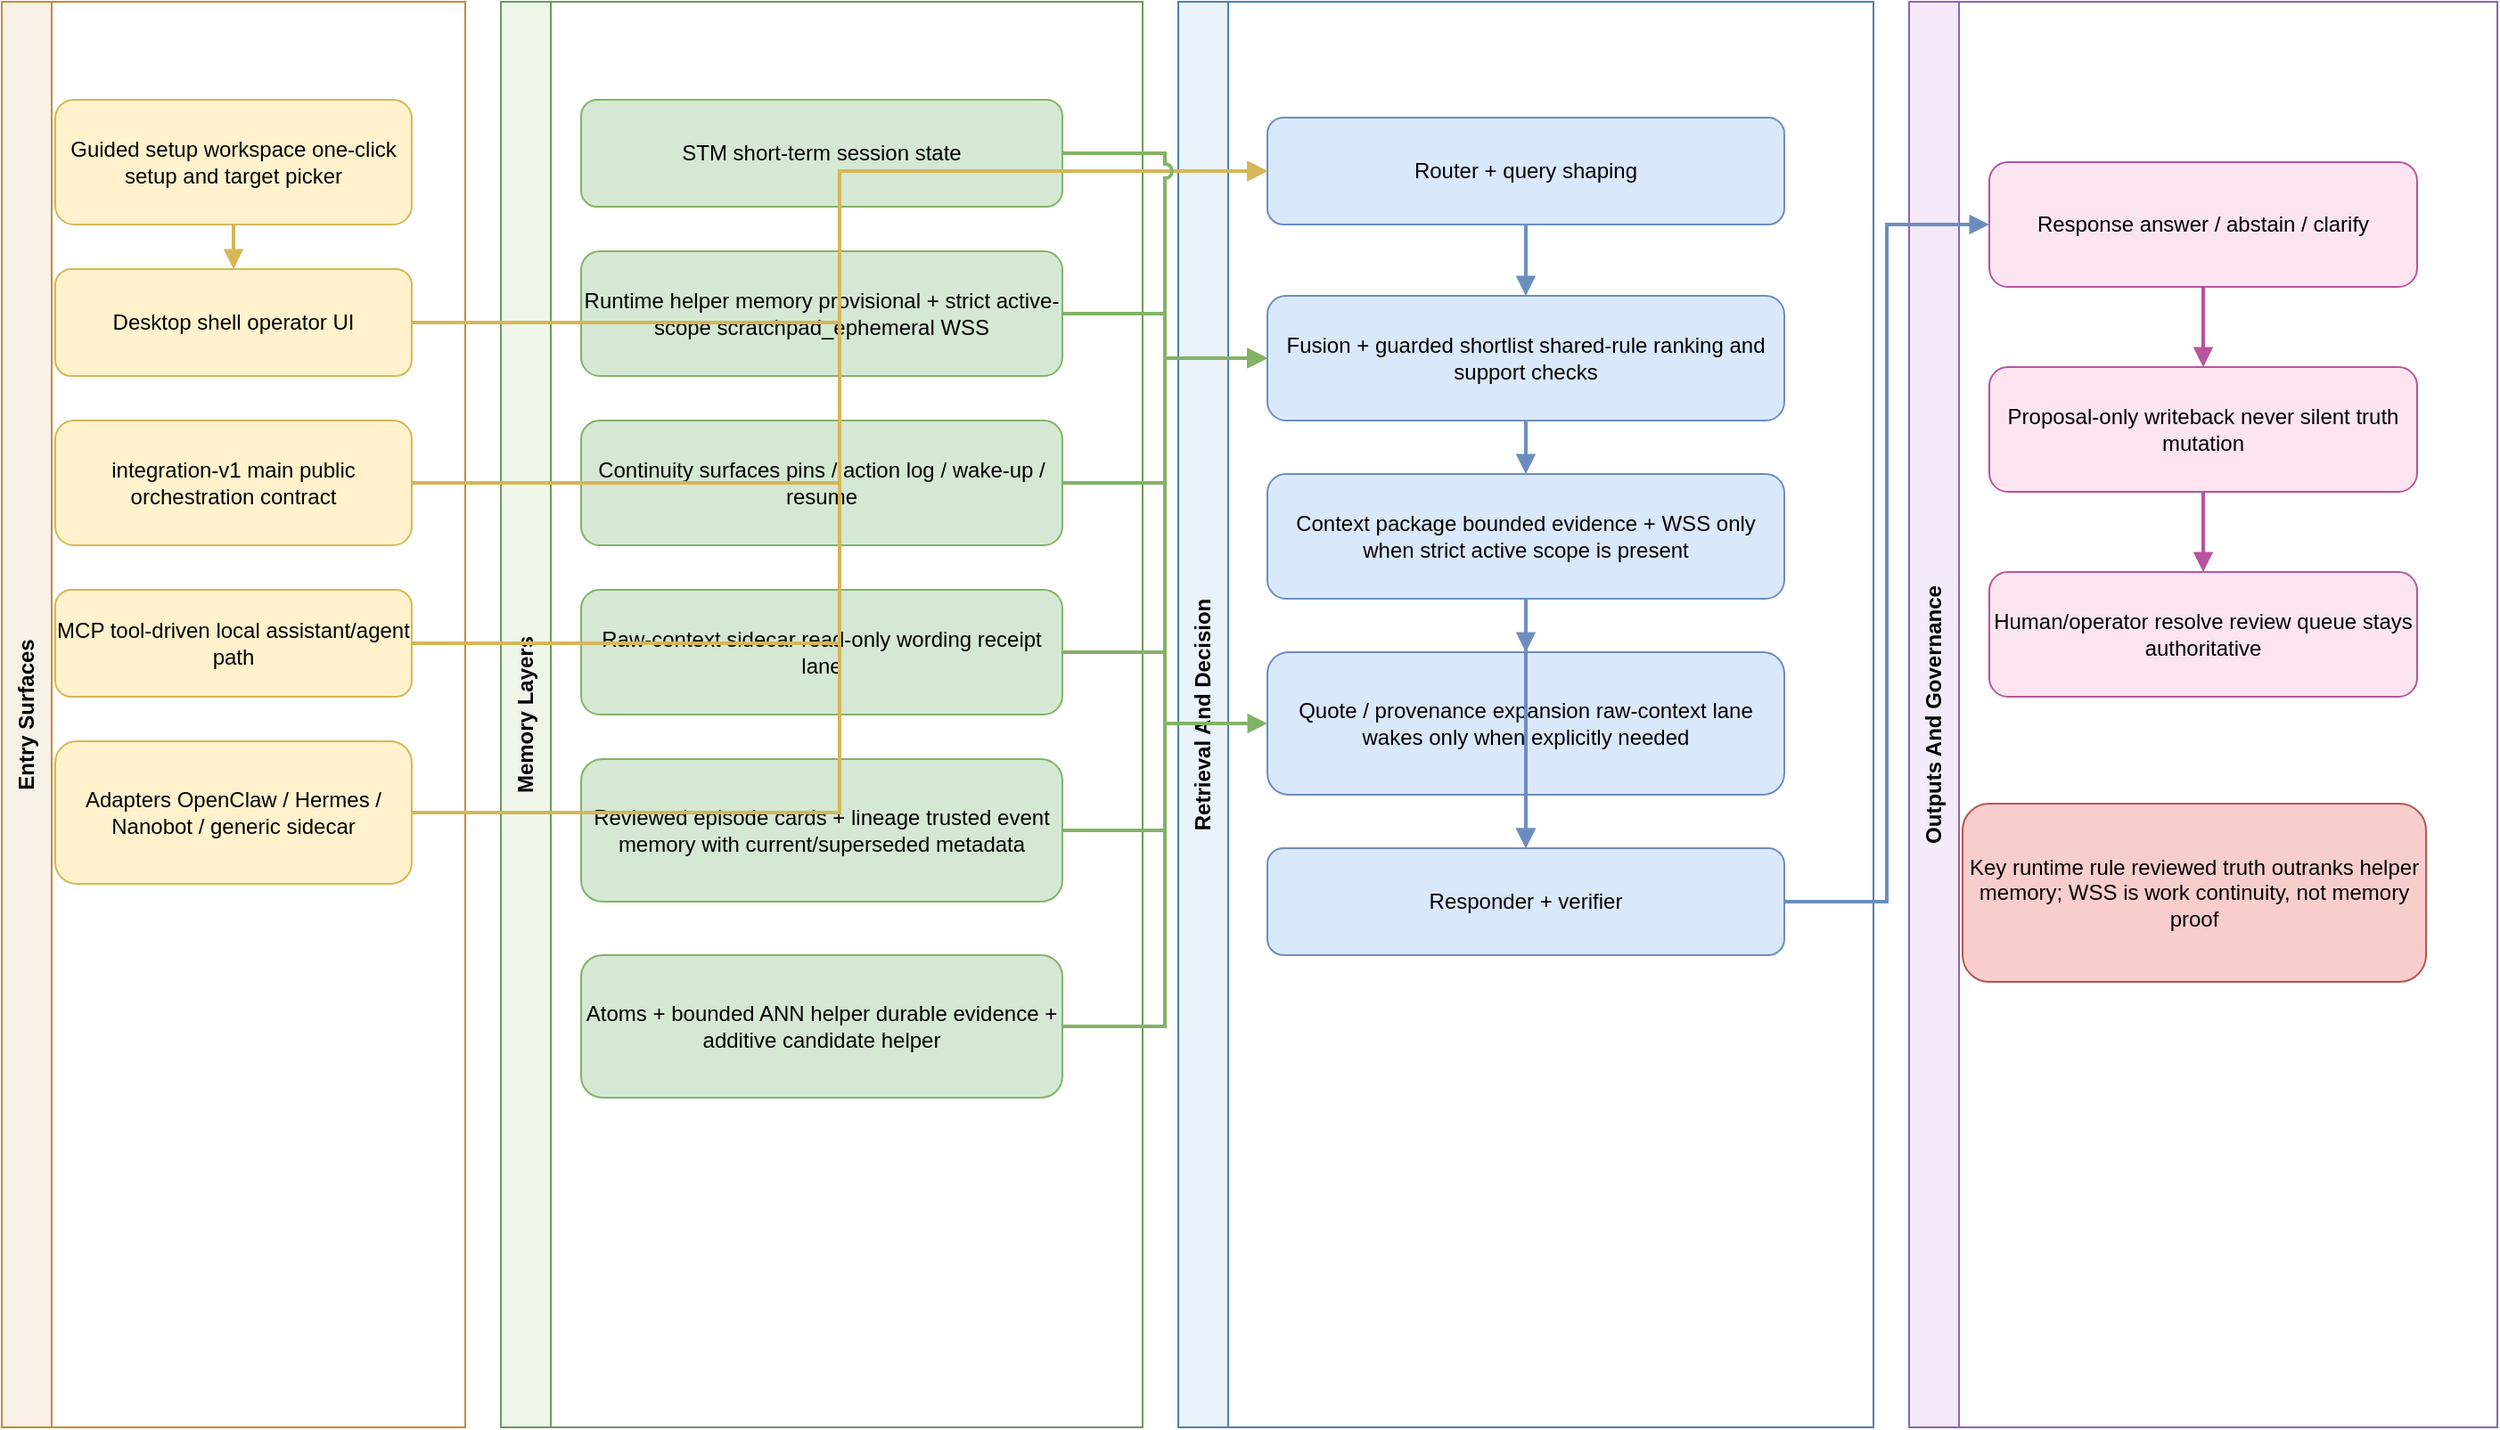
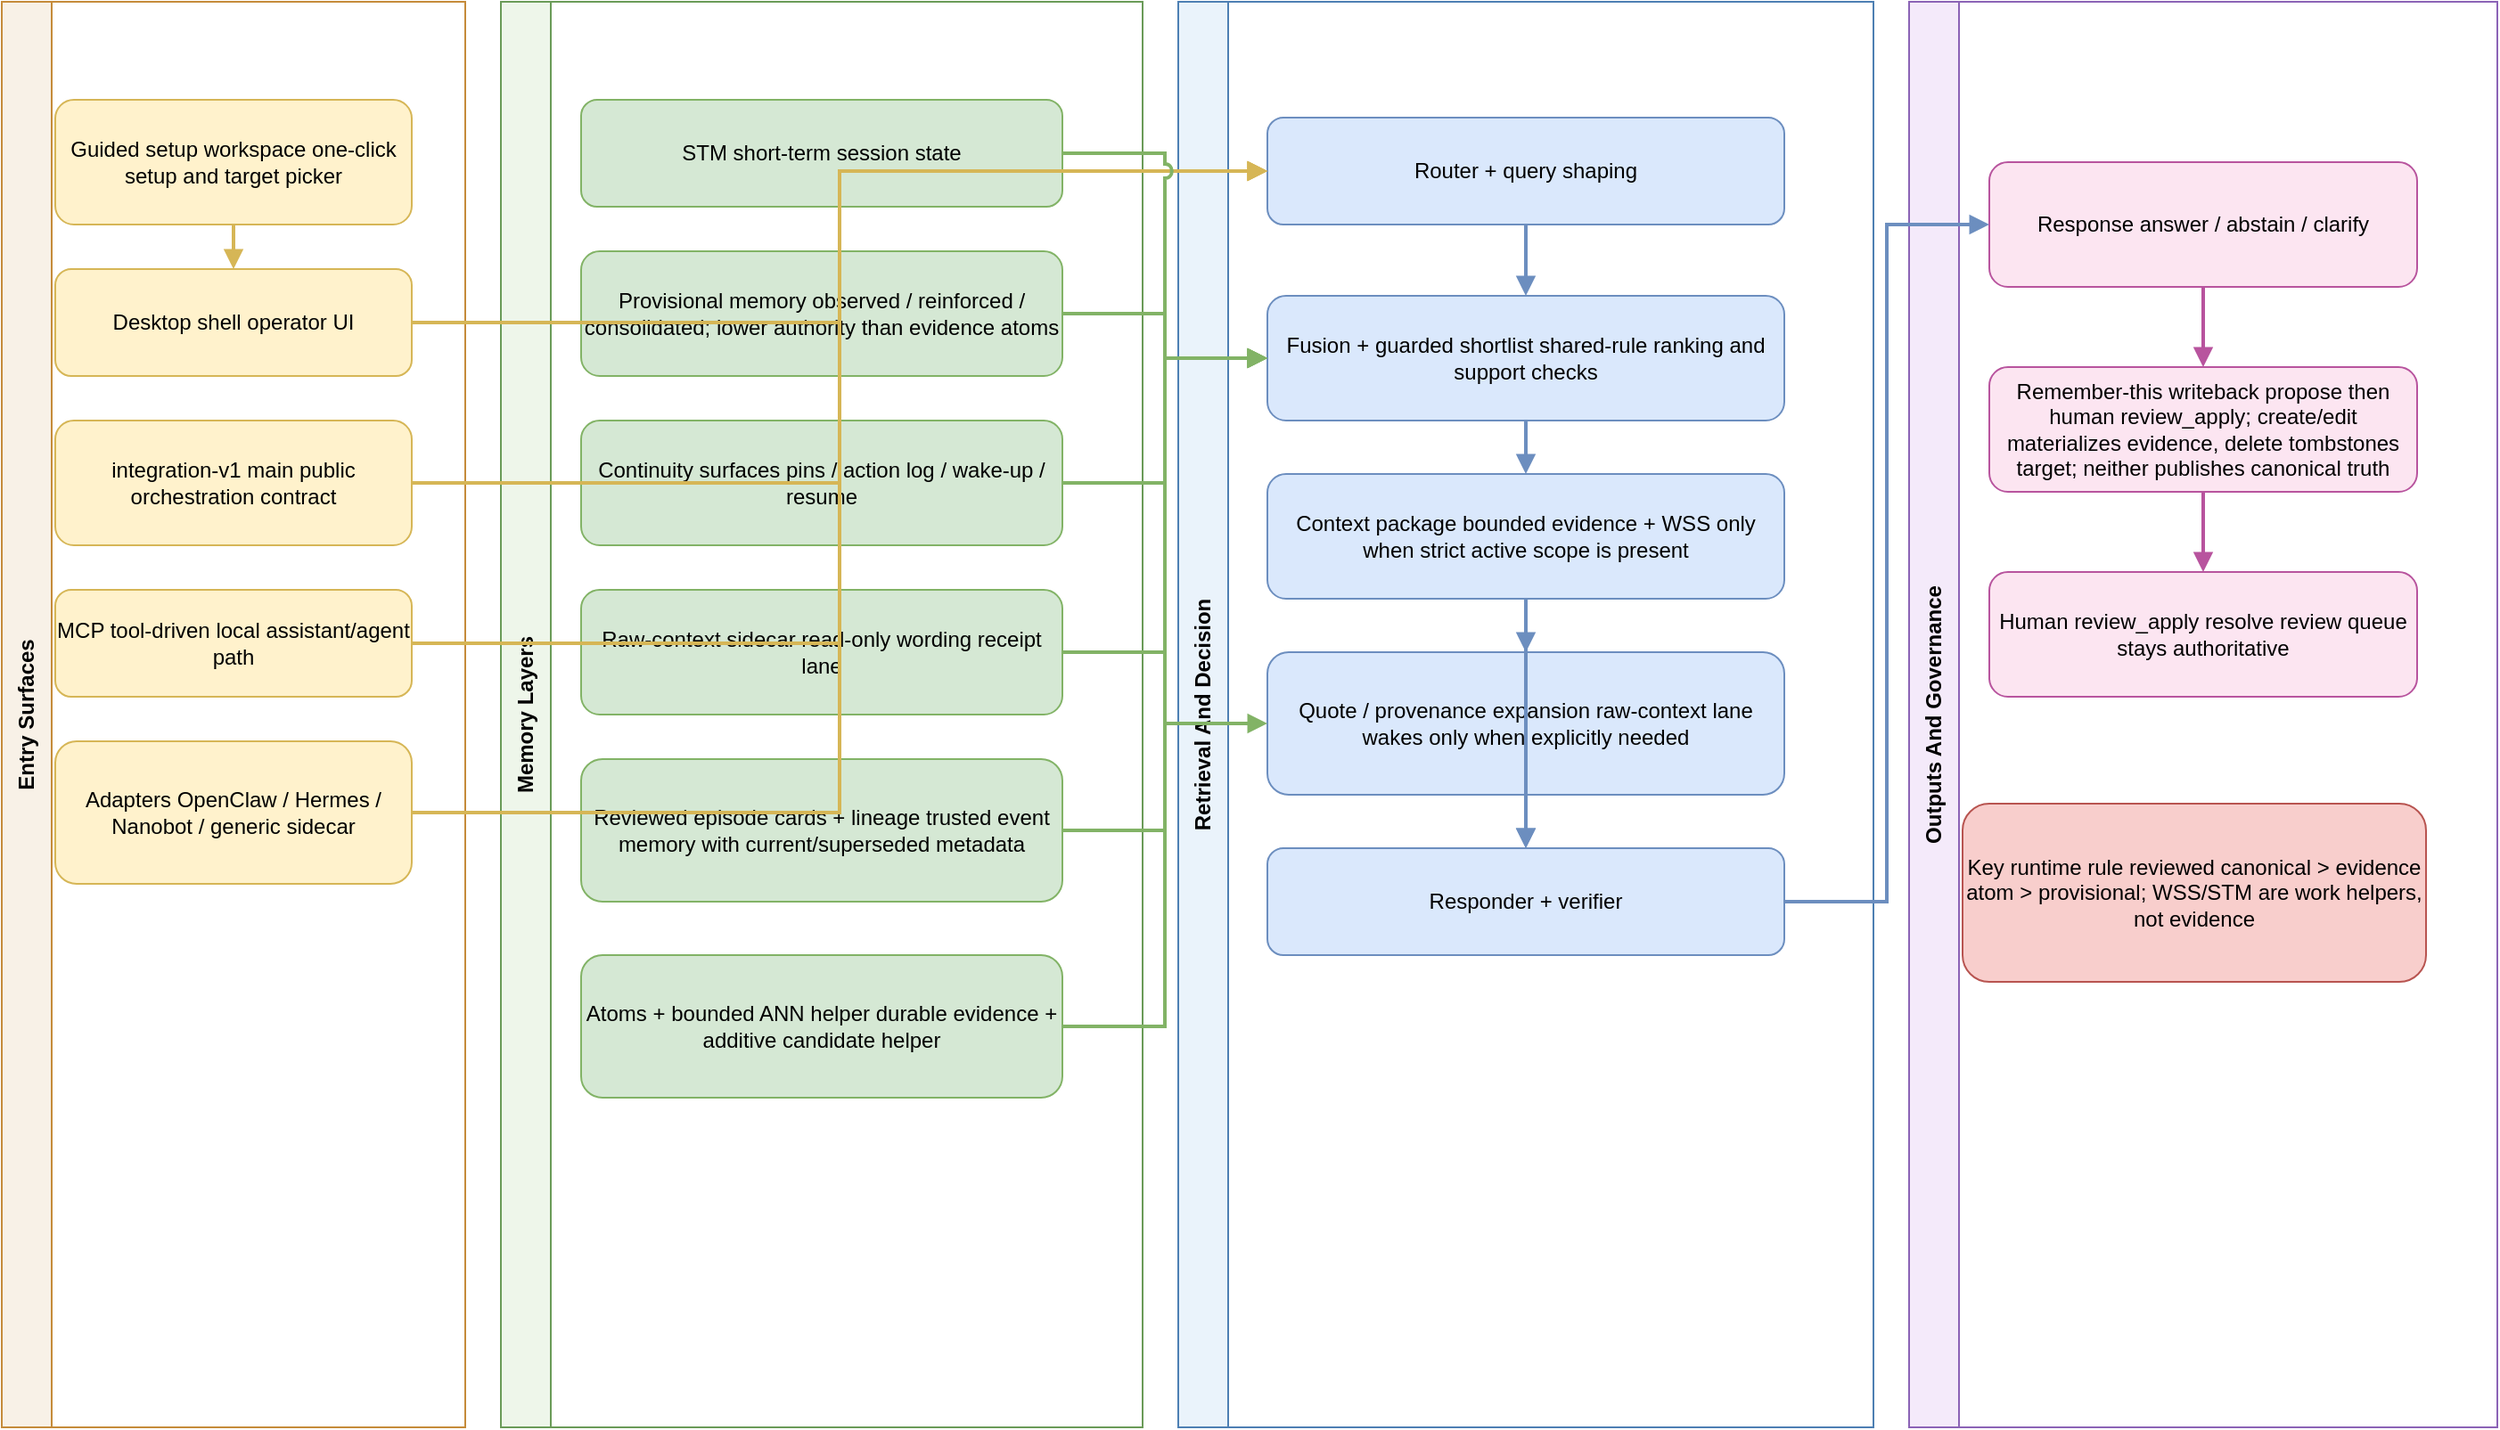
<mxfile host="app.diagrams.net" modified="2026-04-12T23:30:00.000Z" agent="Codex" version="24.7.17">
  <diagram id="launch-runtime-engineering" name="Engineering Runtime And Integration">
    <mxGraphModel dx="1750" dy="1050" grid="1" gridSize="10" guides="1" tooltips="1" connect="1" arrows="1" fold="1" page="1" pageScale="1" pageWidth="1700" pageHeight="1000" math="0" shadow="0">
      <root>
        <mxCell id="0" />
        <mxCell id="1" parent="0" />
        <mxCell id="lane1" value="Entry Surfaces" style="swimlane;whiteSpace=wrap;html=1;rounded=0;horizontal=0;startSize=28;fontStyle=1;fillColor=#f8f1e7;strokeColor=#c58b3a;" vertex="1" parent="1">
          <mxGeometry x="20" y="20" width="260" height="800" as="geometry" />
        </mxCell>
        <mxCell id="lane2" value="Memory Layers" style="swimlane;whiteSpace=wrap;html=1;rounded=0;horizontal=0;startSize=28;fontStyle=1;fillColor=#eef6ea;strokeColor=#6a9b58;" vertex="1" parent="1">
          <mxGeometry x="300" y="20" width="360" height="800" as="geometry" />
        </mxCell>
        <mxCell id="lane3" value="Retrieval And Decision" style="swimlane;whiteSpace=wrap;html=1;rounded=0;horizontal=0;startSize=28;fontStyle=1;fillColor=#eaf3fb;strokeColor=#4d7fb3;" vertex="1" parent="1">
          <mxGeometry x="680" y="20" width="390" height="800" as="geometry" />
        </mxCell>
        <mxCell id="lane4" value="Outputs And Governance" style="swimlane;whiteSpace=wrap;html=1;rounded=0;horizontal=0;startSize=28;fontStyle=1;fillColor=#f4eafa;strokeColor=#8b63b6;" vertex="1" parent="1">
          <mxGeometry x="1090" y="20" width="330" height="800" as="geometry" />
        </mxCell>
        <mxCell id="r1" value="Guided setup workspace&amp;#10;one-click setup and target picker" style="rounded=1;whiteSpace=wrap;html=1;fillColor=#fff2cc;strokeColor=#d6b656;" vertex="1" parent="1">
          <mxGeometry x="50" y="75" width="200" height="70" as="geometry" />
        </mxCell>
        <mxCell id="r2" value="Desktop shell&amp;#10;operator UI" style="rounded=1;whiteSpace=wrap;html=1;fillColor=#fff2cc;strokeColor=#d6b656;" vertex="1" parent="1">
          <mxGeometry x="50" y="170" width="200" height="60" as="geometry" />
        </mxCell>
        <mxCell id="r3" value="integration-v1&amp;#10;main public orchestration contract" style="rounded=1;whiteSpace=wrap;html=1;fillColor=#fff2cc;strokeColor=#d6b656;" vertex="1" parent="1">
          <mxGeometry x="50" y="255" width="200" height="70" as="geometry" />
        </mxCell>
        <mxCell id="r4" value="MCP&amp;#10;tool-driven local assistant/agent path" style="rounded=1;whiteSpace=wrap;html=1;fillColor=#fff2cc;strokeColor=#d6b656;" vertex="1" parent="1">
          <mxGeometry x="50" y="350" width="200" height="60" as="geometry" />
        </mxCell>
        <mxCell id="r5" value="Adapters&amp;#10;OpenClaw / Hermes / Nanobot / generic sidecar" style="rounded=1;whiteSpace=wrap;html=1;fillColor=#fff2cc;strokeColor=#d6b656;" vertex="1" parent="1">
          <mxGeometry x="50" y="435" width="200" height="80" as="geometry" />
        </mxCell>
        <mxCell id="r6" value="STM&amp;#10;short-term session state" style="rounded=1;whiteSpace=wrap;html=1;fillColor=#d5e8d4;strokeColor=#82b366;" vertex="1" parent="1">
          <mxGeometry x="345" y="75" width="270" height="60" as="geometry" />
        </mxCell>
-         <mxCell id="r7" value="Runtime helper memory&amp;#10;provisional + strict active-scope scratchpad_ephemeral WSS" style="rounded=1;whiteSpace=wrap;html=1;fillColor=#d5e8d4;strokeColor=#82b366;" vertex="1" parent="1">
+         <mxCell id="r7" value="Provisional memory&amp;#10;observed / reinforced / consolidated; lower authority than evidence atoms" style="rounded=1;whiteSpace=wrap;html=1;fillColor=#d5e8d4;strokeColor=#82b366;" vertex="1" parent="1">
          <mxGeometry x="345" y="160" width="270" height="70" as="geometry" />
        </mxCell>
        <mxCell id="r8" value="Continuity surfaces&amp;#10;pins / action log / wake-up / resume" style="rounded=1;whiteSpace=wrap;html=1;fillColor=#d5e8d4;strokeColor=#82b366;" vertex="1" parent="1">
          <mxGeometry x="345" y="255" width="270" height="70" as="geometry" />
        </mxCell>
        <mxCell id="r9" value="Raw-context sidecar&amp;#10;read-only wording receipt lane" style="rounded=1;whiteSpace=wrap;html=1;fillColor=#d5e8d4;strokeColor=#82b366;" vertex="1" parent="1">
          <mxGeometry x="345" y="350" width="270" height="70" as="geometry" />
        </mxCell>
        <mxCell id="r10" value="Reviewed episode cards + lineage&amp;#10;trusted event memory with current/superseded metadata" style="rounded=1;whiteSpace=wrap;html=1;fillColor=#d5e8d4;strokeColor=#82b366;" vertex="1" parent="1">
          <mxGeometry x="345" y="445" width="270" height="80" as="geometry" />
        </mxCell>
        <mxCell id="r11" value="Atoms + bounded ANN helper&amp;#10;durable evidence + additive candidate helper" style="rounded=1;whiteSpace=wrap;html=1;fillColor=#d5e8d4;strokeColor=#82b366;" vertex="1" parent="1">
          <mxGeometry x="345" y="555" width="270" height="80" as="geometry" />
        </mxCell>
        <mxCell id="r12" value="Router + query shaping" style="rounded=1;whiteSpace=wrap;html=1;fillColor=#dae8fc;strokeColor=#6c8ebf;" vertex="1" parent="1">
          <mxGeometry x="730" y="85" width="290" height="60" as="geometry" />
        </mxCell>
        <mxCell id="r13" value="Fusion + guarded shortlist&amp;#10;shared-rule ranking and support checks" style="rounded=1;whiteSpace=wrap;html=1;fillColor=#dae8fc;strokeColor=#6c8ebf;" vertex="1" parent="1">
          <mxGeometry x="730" y="185" width="290" height="70" as="geometry" />
        </mxCell>
        <mxCell id="r14" value="Context package&amp;#10;bounded evidence + WSS only when strict active scope is present" style="rounded=1;whiteSpace=wrap;html=1;fillColor=#dae8fc;strokeColor=#6c8ebf;" vertex="1" parent="1">
          <mxGeometry x="730" y="285" width="290" height="70" as="geometry" />
        </mxCell>
        <mxCell id="r15" value="Quote / provenance expansion&amp;#10;raw-context lane wakes only when explicitly needed" style="rounded=1;whiteSpace=wrap;html=1;fillColor=#dae8fc;strokeColor=#6c8ebf;" vertex="1" parent="1">
          <mxGeometry x="730" y="385" width="290" height="80" as="geometry" />
        </mxCell>
        <mxCell id="r16" value="Responder + verifier" style="rounded=1;whiteSpace=wrap;html=1;fillColor=#dae8fc;strokeColor=#6c8ebf;" vertex="1" parent="1">
          <mxGeometry x="730" y="495" width="290" height="60" as="geometry" />
        </mxCell>
        <mxCell id="r17" value="Response&amp;#10;answer / abstain / clarify" style="rounded=1;whiteSpace=wrap;html=1;fillColor=#fce5f1;strokeColor=#b8549e;" vertex="1" parent="1">
          <mxGeometry x="1135" y="110" width="240" height="70" as="geometry" />
        </mxCell>
-         <mxCell id="r18" value="Proposal-only writeback&amp;#10;never silent truth mutation" style="rounded=1;whiteSpace=wrap;html=1;fillColor=#fce5f1;strokeColor=#b8549e;" vertex="1" parent="1">
+         <mxCell id="r18" value="Remember-this writeback&amp;#10;propose then human review_apply; create/edit materializes evidence, delete tombstones target; neither publishes canonical truth" style="rounded=1;whiteSpace=wrap;html=1;fillColor=#fce5f1;strokeColor=#b8549e;" vertex="1" parent="1">
          <mxGeometry x="1135" y="225" width="240" height="70" as="geometry" />
        </mxCell>
-         <mxCell id="r19" value="Human/operator resolve&amp;#10;review queue stays authoritative" style="rounded=1;whiteSpace=wrap;html=1;fillColor=#fce5f1;strokeColor=#b8549e;" vertex="1" parent="1">
+         <mxCell id="r19" value="Human review_apply resolve&amp;#10;review queue stays authoritative" style="rounded=1;whiteSpace=wrap;html=1;fillColor=#fce5f1;strokeColor=#b8549e;" vertex="1" parent="1">
          <mxGeometry x="1135" y="340" width="240" height="70" as="geometry" />
        </mxCell>
-         <mxCell id="r20" value="Key runtime rule&amp;#10;reviewed truth outranks helper memory; WSS is work continuity, not memory proof" style="rounded=1;whiteSpace=wrap;html=1;fillColor=#f8cecc;strokeColor=#b85450;" vertex="1" parent="1">
+         <mxCell id="r20" value="Key runtime rule&amp;#10;reviewed canonical &amp;gt; evidence atom &amp;gt; provisional; WSS/STM are work helpers, not evidence" style="rounded=1;whiteSpace=wrap;html=1;fillColor=#f8cecc;strokeColor=#b85450;" vertex="1" parent="1">
          <mxGeometry x="1120" y="470" width="260" height="100" as="geometry" />
        </mxCell>
        <mxCell id="e2" edge="1" parent="1" source="r1" target="r2" style="edgeStyle=orthogonalEdgeStyle;orthogonalLoop=1;jettySize=auto;jumpStyle=arc;jumpSize=6;endArrow=block;endFill=1;html=1;rounded=0;strokeWidth=2;strokeColor=#d6b656;entryX=0.5;entryY=0;entryPerimeter=1;exitX=0.5;exitY=1;exitPerimeter=1;">
          <mxGeometry relative="1" as="geometry" />
        </mxCell>
        <mxCell id="e3" edge="1" parent="1" source="r2" target="r12" style="edgeStyle=orthogonalEdgeStyle;orthogonalLoop=1;jettySize=auto;jumpStyle=arc;jumpSize=6;endArrow=block;endFill=1;html=1;rounded=0;strokeWidth=2;strokeColor=#d6b656;entryX=0;entryY=0.5;entryPerimeter=1;exitX=1;exitY=0.5;exitPerimeter=1;">
          <mxGeometry relative="1" as="geometry" />
        </mxCell>
        <mxCell id="e4" edge="1" parent="1" source="r3" target="r12" style="edgeStyle=orthogonalEdgeStyle;orthogonalLoop=1;jettySize=auto;jumpStyle=arc;jumpSize=6;endArrow=block;endFill=1;html=1;rounded=0;strokeWidth=2;strokeColor=#d6b656;entryX=0;entryY=0.5;entryPerimeter=1;exitX=1;exitY=0.5;exitPerimeter=1;">
          <mxGeometry relative="1" as="geometry" />
        </mxCell>
        <mxCell id="e5" edge="1" parent="1" source="r4" target="r12" style="edgeStyle=orthogonalEdgeStyle;orthogonalLoop=1;jettySize=auto;jumpStyle=arc;jumpSize=6;endArrow=block;endFill=1;html=1;rounded=0;strokeWidth=2;strokeColor=#d6b656;entryX=0;entryY=0.5;entryPerimeter=1;exitX=1;exitY=0.5;exitPerimeter=1;">
          <mxGeometry relative="1" as="geometry" />
        </mxCell>
        <mxCell id="e6" edge="1" parent="1" source="r5" target="r12" style="edgeStyle=orthogonalEdgeStyle;orthogonalLoop=1;jettySize=auto;jumpStyle=arc;jumpSize=6;endArrow=block;endFill=1;html=1;rounded=0;strokeWidth=2;strokeColor=#d6b656;entryX=0;entryY=0.5;entryPerimeter=1;exitX=1;exitY=0.5;exitPerimeter=1;">
          <mxGeometry relative="1" as="geometry" />
        </mxCell>
        <mxCell id="e7" edge="1" parent="1" source="r6" target="r13" style="edgeStyle=orthogonalEdgeStyle;orthogonalLoop=1;jettySize=auto;jumpStyle=arc;jumpSize=6;endArrow=block;endFill=1;html=1;rounded=0;strokeWidth=2;strokeColor=#82b366;entryX=0;entryY=0.5;entryPerimeter=1;exitX=1;exitY=0.5;exitPerimeter=1;">
          <mxGeometry relative="1" as="geometry" />
        </mxCell>
        <mxCell id="e8" edge="1" parent="1" source="r7" target="r13" style="edgeStyle=orthogonalEdgeStyle;orthogonalLoop=1;jettySize=auto;jumpStyle=arc;jumpSize=6;endArrow=block;endFill=1;html=1;rounded=0;strokeWidth=2;strokeColor=#82b366;entryX=0;entryY=0.5;entryPerimeter=1;exitX=1;exitY=0.5;exitPerimeter=1;">
          <mxGeometry relative="1" as="geometry" />
        </mxCell>
        <mxCell id="e9" edge="1" parent="1" source="r8" target="r13" style="edgeStyle=orthogonalEdgeStyle;orthogonalLoop=1;jettySize=auto;jumpStyle=arc;jumpSize=6;endArrow=block;endFill=1;html=1;rounded=0;strokeWidth=2;strokeColor=#82b366;entryX=0;entryY=0.5;entryPerimeter=1;exitX=1;exitY=0.5;exitPerimeter=1;">
          <mxGeometry relative="1" as="geometry" />
        </mxCell>
        <mxCell id="e10" edge="1" parent="1" source="r9" target="r15" style="edgeStyle=orthogonalEdgeStyle;orthogonalLoop=1;jettySize=auto;jumpStyle=arc;jumpSize=6;endArrow=block;endFill=1;html=1;rounded=0;strokeWidth=2;strokeColor=#82b366;entryX=0;entryY=0.5;entryPerimeter=1;exitX=1;exitY=0.5;exitPerimeter=1;">
          <mxGeometry relative="1" as="geometry" />
        </mxCell>
        <mxCell id="e11" edge="1" parent="1" source="r10" target="r13" style="edgeStyle=orthogonalEdgeStyle;orthogonalLoop=1;jettySize=auto;jumpStyle=arc;jumpSize=6;endArrow=block;endFill=1;html=1;rounded=0;strokeWidth=2;strokeColor=#82b366;entryX=0;entryY=0.5;entryPerimeter=1;exitX=1;exitY=0.5;exitPerimeter=1;">
          <mxGeometry relative="1" as="geometry" />
        </mxCell>
        <mxCell id="e12" edge="1" parent="1" source="r11" target="r13" style="edgeStyle=orthogonalEdgeStyle;orthogonalLoop=1;jettySize=auto;jumpStyle=arc;jumpSize=6;endArrow=block;endFill=1;html=1;rounded=0;strokeWidth=2;strokeColor=#82b366;entryX=0;entryY=0.5;entryPerimeter=1;exitX=1;exitY=0.5;exitPerimeter=1;">
          <mxGeometry relative="1" as="geometry" />
        </mxCell>
        <mxCell id="e13" edge="1" parent="1" source="r12" target="r13" style="edgeStyle=orthogonalEdgeStyle;orthogonalLoop=1;jettySize=auto;jumpStyle=arc;jumpSize=6;endArrow=block;endFill=1;html=1;rounded=0;strokeWidth=2;strokeColor=#6c8ebf;entryX=0.5;entryY=0;entryPerimeter=1;exitX=0.5;exitY=1;exitPerimeter=1;">
          <mxGeometry relative="1" as="geometry" />
        </mxCell>
        <mxCell id="e14" edge="1" parent="1" source="r13" target="r14" style="edgeStyle=orthogonalEdgeStyle;orthogonalLoop=1;jettySize=auto;jumpStyle=arc;jumpSize=6;endArrow=block;endFill=1;html=1;rounded=0;strokeWidth=2;strokeColor=#6c8ebf;entryX=0.5;entryY=0;entryPerimeter=1;exitX=0.5;exitY=1;exitPerimeter=1;">
          <mxGeometry relative="1" as="geometry" />
        </mxCell>
        <mxCell id="e15" edge="1" parent="1" source="r14" target="r15" style="edgeStyle=orthogonalEdgeStyle;orthogonalLoop=1;jettySize=auto;jumpStyle=arc;jumpSize=6;endArrow=block;endFill=1;html=1;rounded=0;strokeWidth=2;strokeColor=#6c8ebf;entryX=0.5;entryY=0;entryPerimeter=1;exitX=0.5;exitY=1;exitPerimeter=1;">
          <mxGeometry relative="1" as="geometry" />
        </mxCell>
        <mxCell id="e16" edge="1" parent="1" source="r14" target="r16" style="edgeStyle=orthogonalEdgeStyle;orthogonalLoop=1;jettySize=auto;jumpStyle=arc;jumpSize=6;endArrow=block;endFill=1;html=1;rounded=0;strokeWidth=2;strokeColor=#6c8ebf;entryX=0.5;entryY=0;entryPerimeter=1;exitX=0.5;exitY=1;exitPerimeter=1;">
          <mxGeometry relative="1" as="geometry" />
        </mxCell>
        <mxCell id="e17" edge="1" parent="1" source="r15" target="r16" style="edgeStyle=orthogonalEdgeStyle;orthogonalLoop=1;jettySize=auto;jumpStyle=arc;jumpSize=6;endArrow=block;endFill=1;html=1;rounded=0;strokeWidth=2;strokeColor=#6c8ebf;entryX=0.5;entryY=0;entryPerimeter=1;exitX=0.5;exitY=1;exitPerimeter=1;">
          <mxGeometry relative="1" as="geometry" />
        </mxCell>
        <mxCell id="e18" edge="1" parent="1" source="r16" target="r17" style="edgeStyle=orthogonalEdgeStyle;orthogonalLoop=1;jettySize=auto;jumpStyle=arc;jumpSize=6;endArrow=block;endFill=1;html=1;rounded=0;strokeWidth=2;strokeColor=#6c8ebf;entryX=0;entryY=0.5;entryPerimeter=1;exitX=1;exitY=0.5;exitPerimeter=1;">
          <mxGeometry relative="1" as="geometry" />
        </mxCell>
        <mxCell id="e19" edge="1" parent="1" source="r17" target="r18" style="edgeStyle=orthogonalEdgeStyle;orthogonalLoop=1;jettySize=auto;jumpStyle=arc;jumpSize=6;endArrow=block;endFill=1;html=1;rounded=0;strokeWidth=2;strokeColor=#b8549e;entryX=0.5;entryY=0;entryPerimeter=1;exitX=0.5;exitY=1;exitPerimeter=1;">
          <mxGeometry relative="1" as="geometry" />
        </mxCell>
        <mxCell id="e20" edge="1" parent="1" source="r18" target="r19" style="edgeStyle=orthogonalEdgeStyle;orthogonalLoop=1;jettySize=auto;jumpStyle=arc;jumpSize=6;endArrow=block;endFill=1;html=1;rounded=0;strokeWidth=2;strokeColor=#b8549e;entryX=0.5;entryY=0;entryPerimeter=1;exitX=0.5;exitY=1;exitPerimeter=1;">
          <mxGeometry relative="1" as="geometry" />
        </mxCell>
      </root>
    </mxGraphModel>
  </diagram>
  <diagram id="launch-runtime-caveman" name="Caveman Runtime And Integration">
    <mxGraphModel dx="1500" dy="920" grid="1" gridSize="10" guides="1" tooltips="1" connect="1" arrows="1" fold="1" page="1" pageScale="1" pageWidth="1500" pageHeight="920" math="0" shadow="0">
      <root>
        <mxCell id="0" />
        <mxCell id="1" parent="0" />
        <mxCell id="z1" value="1. Agent or user asks MNO for memory help." style="rounded=1;whiteSpace=wrap;html=1;fillColor=#fff2cc;strokeColor=#d6b656;" vertex="1" parent="1">
          <mxGeometry x="60" y="90" width="240" height="70" as="geometry" />
        </mxCell>
        <mxCell id="z2" value="2. MNO checks the short-term chat first." style="rounded=1;whiteSpace=wrap;html=1;fillColor=#fff2cc;strokeColor=#d6b656;" vertex="1" parent="1">
          <mxGeometry x="350" y="90" width="250" height="70" as="geometry" />
        </mxCell>
        <mxCell id="z3" value="3. MNO checks trusted memory and evidence." style="rounded=1;whiteSpace=wrap;html=1;fillColor=#d5e8d4;strokeColor=#82b366;" vertex="1" parent="1">
          <mxGeometry x="650" y="90" width="260" height="70" as="geometry" />
        </mxCell>
        <mxCell id="z4" value="4. ANN helps find nearby candidates.&amp;#10;ANN = approximate nearest neighbor." style="rounded=1;whiteSpace=wrap;html=1;fillColor=#d5e8d4;strokeColor=#82b366;" vertex="1" parent="1">
          <mxGeometry x="960" y="90" width="270" height="80" as="geometry" />
        </mxCell>
        <mxCell id="z5" value="5. If you ask for exact wording, MNO can open the wording receipt lane." style="rounded=1;whiteSpace=wrap;html=1;fillColor=#dae8fc;strokeColor=#6c8ebf;" vertex="1" parent="1">
          <mxGeometry x="130" y="270" width="320" height="90" as="geometry" />
        </mxCell>
-         <mxCell id="z6" value="6. If truth changed, MNO can tell old reviewed cards from current reviewed cards." style="rounded=1;whiteSpace=wrap;html=1;fillColor=#dae8fc;strokeColor=#6c8ebf;" vertex="1" parent="1">
+         <mxCell id="z6" value="6. MNO may keep a revisable helper note, but only human review/publish makes truth." style="rounded=1;whiteSpace=wrap;html=1;fillColor=#dae8fc;strokeColor=#6c8ebf;" vertex="1" parent="1">
          <mxGeometry x="500" y="270" width="340" height="90" as="geometry" />
        </mxCell>
        <mxCell id="z7" value="7. MNO builds a bounded evidence bundle, then answers, abstains, or asks to clarify." style="rounded=1;whiteSpace=wrap;html=1;fillColor=#dae8fc;strokeColor=#6c8ebf;" vertex="1" parent="1">
          <mxGeometry x="890" y="270" width="360" height="90" as="geometry" />
        </mxCell>
        <mxCell id="z8" value="8. New risky memory still goes to proposal/review, not straight into truth." style="rounded=1;whiteSpace=wrap;html=1;fillColor=#fce5f1;strokeColor=#b8549e;" vertex="1" parent="1">
          <mxGeometry x="360" y="470" width="420" height="90" as="geometry" />
        </mxCell>
        <mxCell id="z9" value="Words to know&amp;#10;MCP = Model Context Protocol&amp;#10;STM = short-term memory&amp;#10;ANN = approximate nearest neighbor&amp;#10;WSS = work-session scratchpad" style="rounded=1;whiteSpace=wrap;html=1;fillColor=#e1d5e7;strokeColor=#9673a6;" vertex="1" parent="1">
          <mxGeometry x="500" y="640" width="330" height="100" as="geometry" />
        </mxCell>
        <mxCell id="e2" edge="1" parent="1" source="z1" target="z2" style="edgeStyle=orthogonalEdgeStyle;orthogonalLoop=1;jettySize=auto;jumpStyle=arc;jumpSize=6;endArrow=block;endFill=1;html=1;rounded=0;strokeWidth=2;strokeColor=#d6b656;entryX=0;entryY=0.5;entryPerimeter=1;exitX=1;exitY=0.5;exitPerimeter=1;">
          <mxGeometry relative="1" as="geometry" />
        </mxCell>
        <mxCell id="e3" edge="1" parent="1" source="z2" target="z3" style="edgeStyle=orthogonalEdgeStyle;orthogonalLoop=1;jettySize=auto;jumpStyle=arc;jumpSize=6;endArrow=block;endFill=1;html=1;rounded=0;strokeWidth=2;strokeColor=#d6b656;entryX=0;entryY=0.5;entryPerimeter=1;exitX=1;exitY=0.5;exitPerimeter=1;">
          <mxGeometry relative="1" as="geometry" />
        </mxCell>
        <mxCell id="e4" edge="1" parent="1" source="z3" target="z4" style="edgeStyle=orthogonalEdgeStyle;orthogonalLoop=1;jettySize=auto;jumpStyle=arc;jumpSize=6;endArrow=block;endFill=1;html=1;rounded=0;strokeWidth=2;strokeColor=#82b366;entryX=0;entryY=0.5;entryPerimeter=1;exitX=1;exitY=0.5;exitPerimeter=1;">
          <mxGeometry relative="1" as="geometry" />
        </mxCell>
        <mxCell id="e5" edge="1" parent="1" source="z4" target="z5" style="edgeStyle=orthogonalEdgeStyle;orthogonalLoop=1;jettySize=auto;jumpStyle=arc;jumpSize=6;endArrow=block;endFill=1;html=1;rounded=0;strokeWidth=2;strokeColor=#82b366;entryX=1;entryY=0.5;entryPerimeter=1;exitX=0;exitY=0.5;exitPerimeter=1;">
          <mxGeometry relative="1" as="geometry" />
        </mxCell>
        <mxCell id="e6" edge="1" parent="1" source="z4" target="z6" style="edgeStyle=orthogonalEdgeStyle;orthogonalLoop=1;jettySize=auto;jumpStyle=arc;jumpSize=6;endArrow=block;endFill=1;html=1;rounded=0;strokeWidth=2;strokeColor=#82b366;entryX=1;entryY=0.5;entryPerimeter=1;exitX=0;exitY=0.5;exitPerimeter=1;">
          <mxGeometry relative="1" as="geometry" />
        </mxCell>
        <mxCell id="e7" edge="1" parent="1" source="z5" target="z7" style="edgeStyle=orthogonalEdgeStyle;orthogonalLoop=1;jettySize=auto;jumpStyle=arc;jumpSize=6;endArrow=block;endFill=1;html=1;rounded=0;strokeWidth=2;strokeColor=#6c8ebf;entryX=0;entryY=0.5;entryPerimeter=1;exitX=1;exitY=0.5;exitPerimeter=1;">
          <mxGeometry relative="1" as="geometry" />
        </mxCell>
        <mxCell id="e8" edge="1" parent="1" source="z6" target="z7" style="edgeStyle=orthogonalEdgeStyle;orthogonalLoop=1;jettySize=auto;jumpStyle=arc;jumpSize=6;endArrow=block;endFill=1;html=1;rounded=0;strokeWidth=2;strokeColor=#6c8ebf;entryX=0;entryY=0.5;entryPerimeter=1;exitX=1;exitY=0.5;exitPerimeter=1;">
          <mxGeometry relative="1" as="geometry" />
        </mxCell>
        <mxCell id="e9" edge="1" parent="1" source="z7" target="z8" style="edgeStyle=orthogonalEdgeStyle;orthogonalLoop=1;jettySize=auto;jumpStyle=arc;jumpSize=6;endArrow=block;endFill=1;html=1;rounded=0;strokeWidth=2;strokeColor=#6c8ebf;entryX=1;entryY=0.5;entryPerimeter=1;exitX=0;exitY=0.5;exitPerimeter=1;">
          <mxGeometry relative="1" as="geometry" />
        </mxCell>
      </root>
    </mxGraphModel>
  </diagram>
</mxfile>
